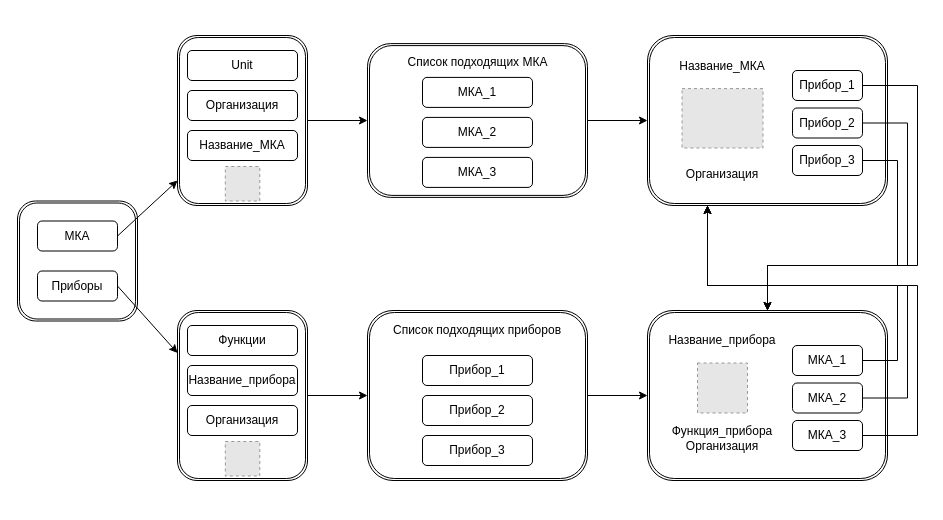
Earlier version of the draw.io diagram функциональная структура.drawio (ReallyDeadGorillaz/WorkingDrafts). Source tidied: cells renumbered, new cells numbered last; positions are measured from the earlier drawing's top-left corner, leaving out a move shared by most shapes. Both pictures are drawn from the tidied source at 100%, with x=0, y=0 at pixel (17, 35). Pictures stored in the file or linked from it are replaced by grey dashed boxes.
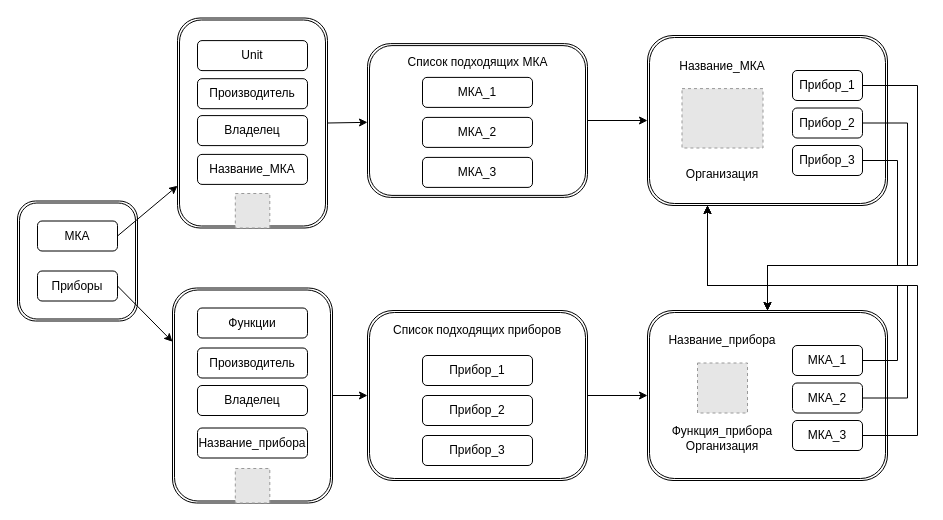
Above is the later version.

Change to the diagram source:
```diff
@@
     <mxCell id="5" style="shape=ext;double=1;rounded=1;whiteSpace=wrap;html=1;gradientColor=none;" parent="1" vertex="1">
-      <mxGeometry x="160" width="130" height="170" as="geometry" />
+      <mxGeometry x="160" y="-17.5" width="150" height="210" as="geometry" />
     </mxCell>
     <mxCell id="6" value="Unit" style="rounded=1;whiteSpace=wrap;html=1;" parent="1" vertex="1">
-      <mxGeometry x="170" y="15" width="110" height="30" as="geometry" />
+      <mxGeometry x="180" y="5.1" width="110" height="30" as="geometry" />
     </mxCell>
-    <mxCell id="7" value="Организация" style="rounded=1;whiteSpace=wrap;html=1;" parent="1" vertex="1">
-      <mxGeometry x="170" y="55" width="110" height="30" as="geometry" />
+    <mxCell id="7" value="Владелец" style="rounded=1;whiteSpace=wrap;html=1;" parent="1" vertex="1">
+      <mxGeometry x="180" y="80.1" width="110" height="30" as="geometry" />
     </mxCell>
     <mxCell id="8" style="shape=ext;double=1;rounded=1;whiteSpace=wrap;html=1;gradientColor=none;" parent="1" vertex="1">
-      <mxGeometry x="160" y="275" width="130" height="170" as="geometry" />
+      <mxGeometry x="155" y="252.5" width="160" height="215" as="geometry" />
     </mxCell>
@@
     <mxCell id="21" value="Функции" style="rounded=1;whiteSpace=wrap;html=1;" parent="1" vertex="1">
-      <mxGeometry x="170" y="290" width="110" height="30" as="geometry" />
+      <mxGeometry x="180" y="272.5" width="110" height="30" as="geometry" />
     </mxCell>
     <mxCell id="22" value="Название_прибора" style="rounded=1;whiteSpace=wrap;html=1;" parent="1" vertex="1">
-      <mxGeometry x="170" y="330" width="110" height="30" as="geometry" />
+      <mxGeometry x="180" y="392.5" width="110" height="30" as="geometry" />
     </mxCell>
-    <mxCell id="23" value="Организация" style="rounded=1;whiteSpace=wrap;html=1;" parent="1" vertex="1">
-      <mxGeometry x="170" y="370" width="110" height="30" as="geometry" />
-    </mxCell>
     <mxCell id="24" value="Название_МКА" style="rounded=1;whiteSpace=wrap;html=1;" parent="1" vertex="1">
-      <mxGeometry x="170" y="95" width="110" height="30" as="geometry" />
+      <mxGeometry x="180" y="118.9" width="110" height="30" as="geometry" />
     </mxCell>
@@
     <mxCell id="49" style="fillColor=#E6E6E6;strokeColor=#999999;dashed=1;verticalLabelPosition=bottom;labelBackgroundColor=default;verticalAlign=top;" parent="1" vertex="1">
-      <mxGeometry x="207.8" y="131" width="34.5" height="34.5" as="geometry" />
+      <mxGeometry x="217.8" y="158" width="34.5" height="34.5" as="geometry" />
     </mxCell>
     <mxCell id="50" style="fillColor=#E6E6E6;strokeColor=#999999;dashed=1;verticalLabelPosition=bottom;labelBackgroundColor=default;verticalAlign=top;" parent="1" vertex="1">
-      <mxGeometry x="207.8" y="406" width="34.5" height="34.5" as="geometry" />
+      <mxGeometry x="217.8" y="433" width="34.5" height="34.5" as="geometry" />
     </mxCell>
+    <mxCell id="51" value="Производитель" style="rounded=1;whiteSpace=wrap;html=1;" parent="1" vertex="1">
+      <mxGeometry x="180" y="43.2" width="110" height="30" as="geometry" />
+    </mxCell>
+    <mxCell id="52" value="Производитель" style="rounded=1;whiteSpace=wrap;html=1;" parent="1" vertex="1">
+      <mxGeometry x="180" y="312.5" width="110" height="30" as="geometry" />
+    </mxCell>
+    <mxCell id="53" value="Владелец" style="rounded=1;whiteSpace=wrap;html=1;" parent="1" vertex="1">
+      <mxGeometry x="180" y="350" width="110" height="30" as="geometry" />
+    </mxCell>
```
